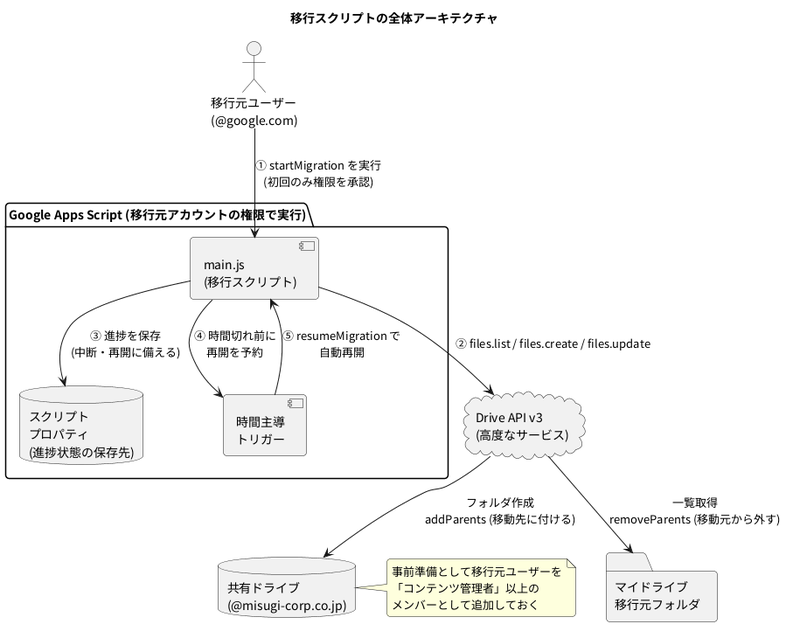
Before: gas-drive-migration-2026-07-11/plantuml/out/02_architecture.png, a diagram exported from PlantUML (pollenjp-org/sandbox).
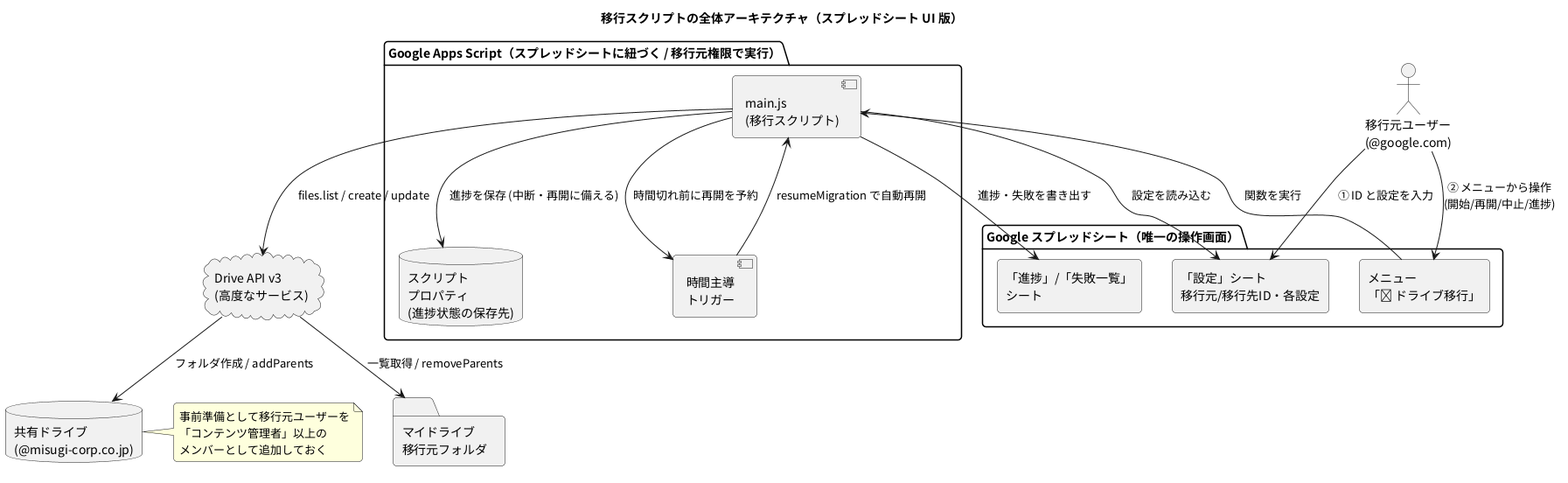
After the change.

What changed in the source:
```diff
@@ -2,11 +2,17 @@
 skinparam defaultFontName "Noto Sans CJK JP"
 skinparam shadowing false
 skinparam roundCorner 8
-title 移行スクリプトの全体アーキテクチャ
+title 移行スクリプトの全体アーキテクチャ（スプレッドシート UI 版）
 
 actor "移行元ユーザー\n(@google.com)" as user
 
-package "Google Apps Script (移行元アカウントの権限で実行)" {
+package "Google スプレッドシート（唯一の操作画面）" {
+  rectangle "メニュー\n「📁 ドライブ移行」" as menu
+  rectangle "「設定」シート\n移行元/移行先ID・各設定" as settings
+  rectangle "「進捗」/「失敗一覧」\nシート" as statusSheet
+}
+
+package "Google Apps Script（スプレッドシートに紐づく / 移行元権限で実行）" {
   component "main.js\n(移行スクリプト)" as gas
   database "スクリプト\nプロパティ\n(進捗状態の保存先)" as props
   component "時間主導\nトリガー" as trigger
@@ -17,13 +23,17 @@
 folder "マイドライブ\n移行元フォルダ" as my
 database "共有ドライブ\n(@misugi-corp.co.jp)" as sd
 
-user --> gas : ① startMigration を実行\n(初回のみ権限を承認)
-gas --> api : ② files.list / files.create / files.update
-api --> my : 一覧取得\nremoveParents (移動元から外す)
-api --> sd : フォルダ作成\naddParents (移動先に付ける)
-gas --> props : ③ 進捗を保存\n(中断・再開に備える)
-gas --> trigger : ④ 時間切れ前に\n再開を予約
-trigger --> gas : ⑤ resumeMigration で\n自動再開
+user --> settings : ① ID と設定を入力
+user --> menu : ② メニューから操作\n(開始/再開/中止/進捗)
+menu --> gas : 関数を実行
+gas --> settings : 設定を読み込む
+gas --> statusSheet : 進捗・失敗を書き出す
+gas --> api : files.list / create / update
+api --> my : 一覧取得 / removeParents
+api --> sd : フォルダ作成 / addParents
+gas --> props : 進捗を保存 (中断・再開に備える)
+gas --> trigger : 時間切れ前に再開を予約
+trigger --> gas : resumeMigration で自動再開
 
 note right of sd
   事前準備として移行元ユーザーを
```
